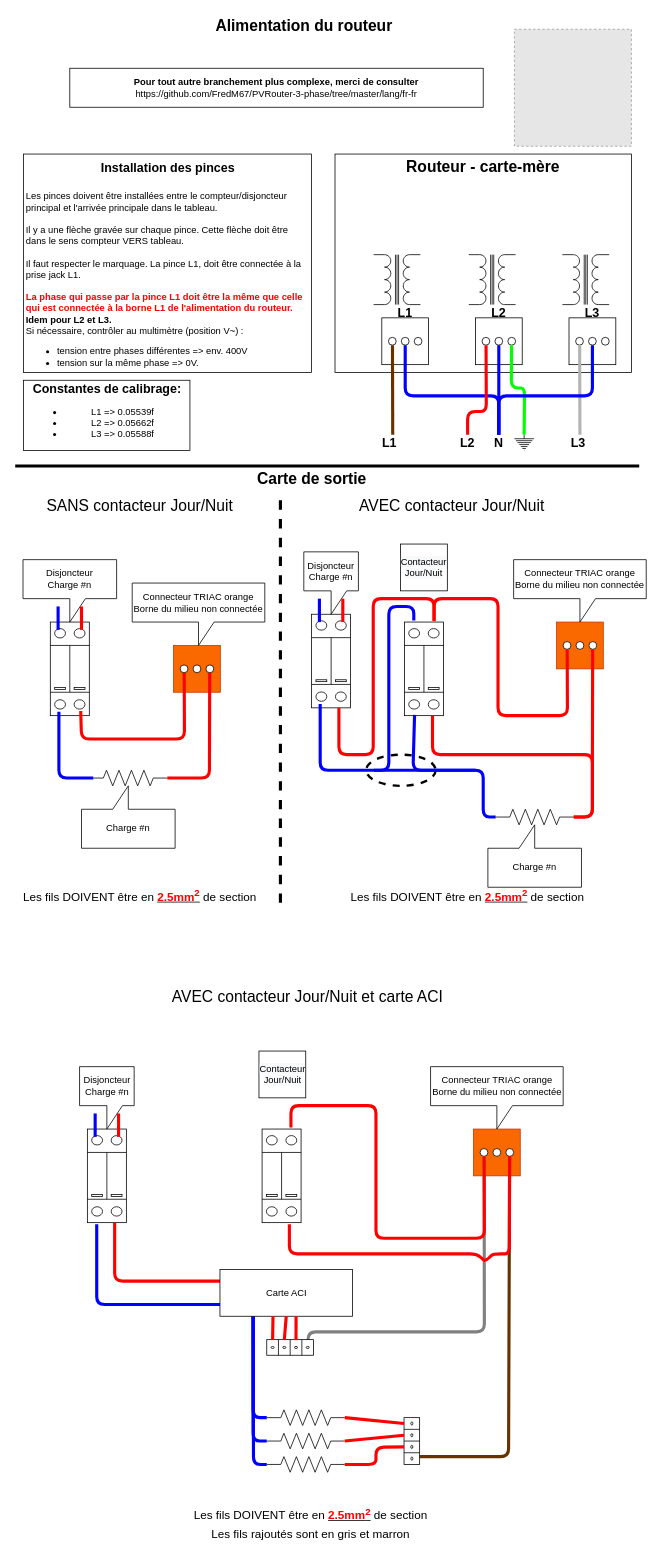
Before: docs/HowToInstall.drawio in FredM67/PVRouter-3-phase, a draw.io diagram. Source tidied: cells renumbered, new cells numbered last; positions are measured from the earlier drawing's top-left corner, leaving out a move shared by most shapes. Both pictures are drawn from the tidied source at 78%, with x=0, y=0 at pixel (15, 13). Pictures stored in the file or linked from it are replaced by grey dashed boxes.
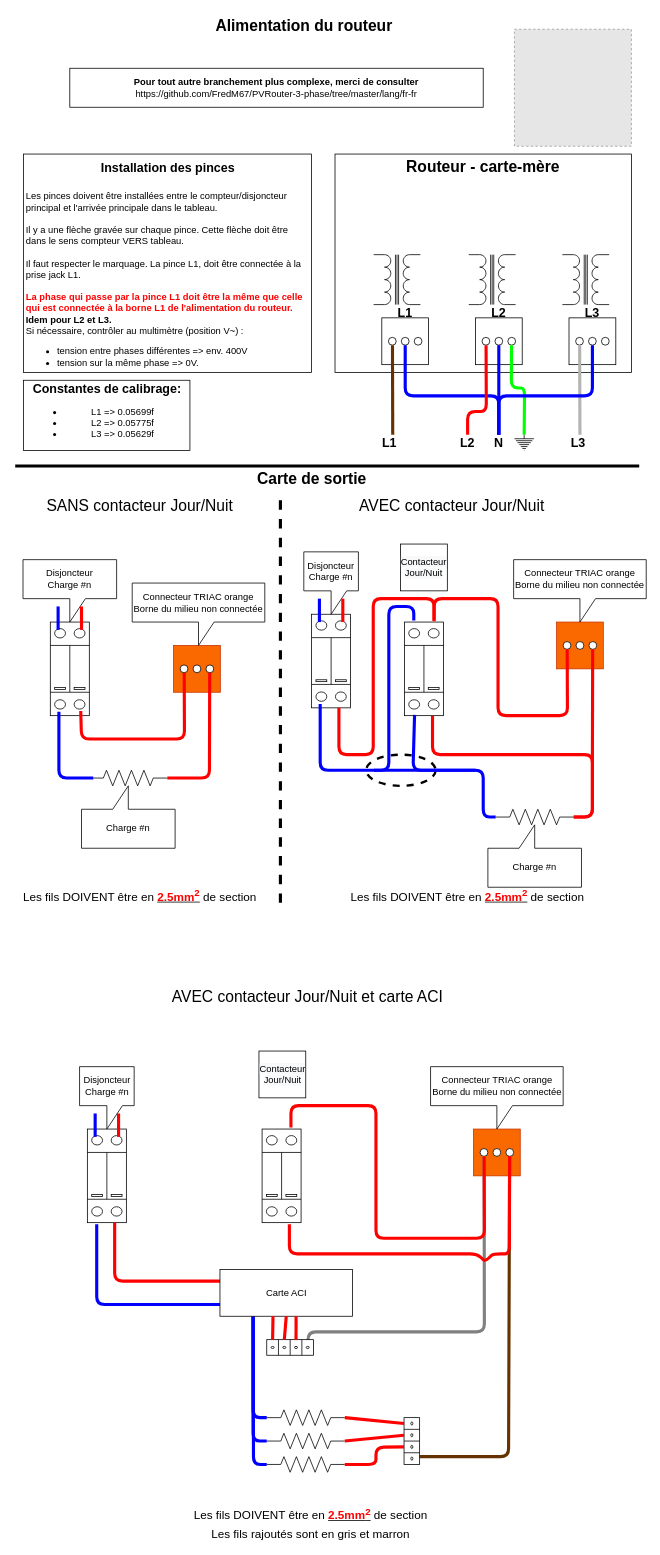
Above is the later version.

Diff of the diagram source:
```diff
@@
-    <mxCell id="2" value="&lt;b&gt;&lt;font style=&quot;font-size: 16px&quot;&gt;Constantes de calibrage:&lt;/font&gt;&lt;/b&gt;&lt;br&gt;&lt;ul&gt;&lt;li&gt;&lt;span&gt;L1 =&amp;gt;&amp;nbsp;&lt;/span&gt;0.05539f&lt;/li&gt;&lt;li&gt;L2 =&amp;gt; 0.05662f&lt;/li&gt;&lt;li&gt;L3 =&amp;gt; 0.05588f&lt;/li&gt;&lt;/ul&gt;" style="rounded=0;whiteSpace=wrap;html=1;" parent="1" vertex="1">
+    <mxCell id="2" value="&lt;b&gt;&lt;font style=&quot;font-size: 16px&quot;&gt;Constantes de calibrage:&lt;/font&gt;&lt;/b&gt;&lt;br&gt;&lt;ul&gt;&lt;li&gt;&lt;span&gt;L1 =&amp;gt;&amp;nbsp;&lt;/span&gt;0.05699f&lt;br&gt;&lt;/li&gt;&lt;li&gt;L2 =&amp;gt; 0.05775f&lt;/li&gt;&lt;li&gt;L3 =&amp;gt; 0.05629f&lt;/li&gt;&lt;/ul&gt;" style="rounded=0;whiteSpace=wrap;html=1;" parent="1" vertex="1">
       <mxGeometry x="10.5" y="470" width="213.5" height="90" as="geometry" />
     </mxCell>
```
